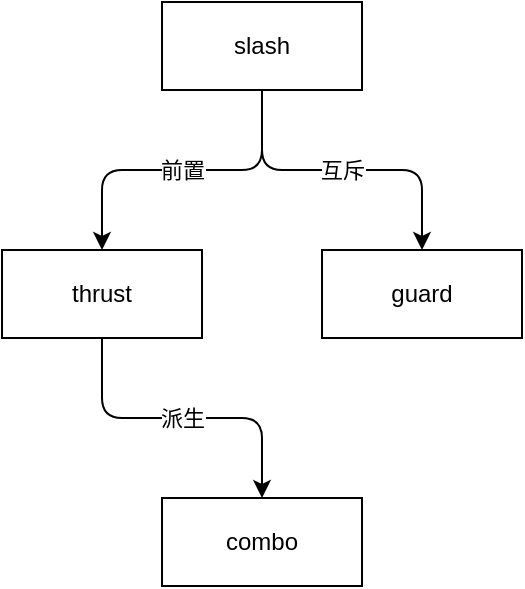
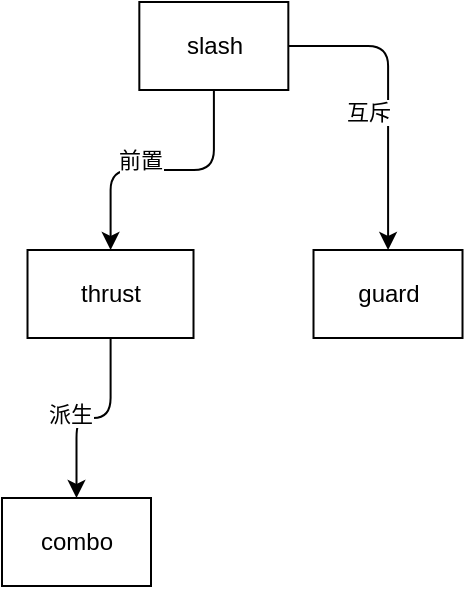
<mxfile host="graphmcp" agent="graphmcp/1.0" type="device">
-   <diagram name="skill-graph" id="gti3v4cjl">
+   <diagram name="skill-graph" id="gtiayalw1c8ds8">
    <mxGraphModel dx="800" dy="600" grid="1" gridSize="10" guides="1" tooltips="1" connect="1" arrows="1" fold="1" page="1" pageScale="1" pageWidth="1169" pageHeight="826" math="0" shadow="0">
      <root>
        <mxCell id="0"/>
        <mxCell id="1" parent="0"/>
        <mxCell id="slash" value="slash" style="rounded=0;whiteSpace=wrap;html=1;" vertex="1" parent="1">
-           <mxGeometry x="100" y="20" width="100" height="44" as="geometry"/>
+           <mxGeometry x="88.6646" y="20" width="74.5" height="44" as="geometry"/>
        </mxCell>
        <mxCell id="thrust" value="thrust" style="rounded=0;whiteSpace=wrap;html=1;" vertex="1" parent="1">
-           <mxGeometry x="20" y="144" width="100" height="44" as="geometry"/>
+           <mxGeometry x="32.7545" y="144" width="83" height="44" as="geometry"/>
        </mxCell>
        <mxCell id="combo" value="combo" style="rounded=0;whiteSpace=wrap;html=1;" vertex="1" parent="1">
-           <mxGeometry x="100" y="268" width="100" height="44" as="geometry"/>
+           <mxGeometry x="20" y="268" width="74.5" height="44" as="geometry"/>
        </mxCell>
        <mxCell id="guard" value="guard" style="rounded=0;whiteSpace=wrap;html=1;" vertex="1" parent="1">
-           <mxGeometry x="180" y="144" width="100" height="44" as="geometry"/>
+           <mxGeometry x="175.755" y="144" width="74.5" height="44" as="geometry"/>
        </mxCell>
        <mxCell id="edge1" value="前置" style="edgeStyle=orthogonalEdgeStyle;rounded=1;html=1;" edge="1" parent="1" source="slash" target="thrust">
-           <mxGeometry relative="1" as="geometry"/>
+           <mxGeometry relative="1" as="geometry">
+             <mxPoint x="-11.0771" y="-4.61488" as="offset"/>
+           </mxGeometry>
        </mxCell>
        <mxCell id="edge2" value="派生" style="edgeStyle=orthogonalEdgeStyle;rounded=1;html=1;" edge="1" parent="1" source="thrust" target="combo">
-           <mxGeometry relative="1" as="geometry"/>
+           <mxGeometry relative="1" as="geometry">
+             <mxPoint x="-11.8887" y="-1.63034" as="offset"/>
+           </mxGeometry>
        </mxCell>
        <mxCell id="edge3" value="互斥" style="edgeStyle=orthogonalEdgeStyle;rounded=1;html=1;" edge="1" parent="1" source="slash" target="guard">
-           <mxGeometry relative="1" as="geometry"/>
+           <mxGeometry relative="1" as="geometry">
+             <mxPoint x="-9.81998" y="6.89695" as="offset"/>
+           </mxGeometry>
        </mxCell>
      </root>
    </mxGraphModel>
  </diagram>
</mxfile>
